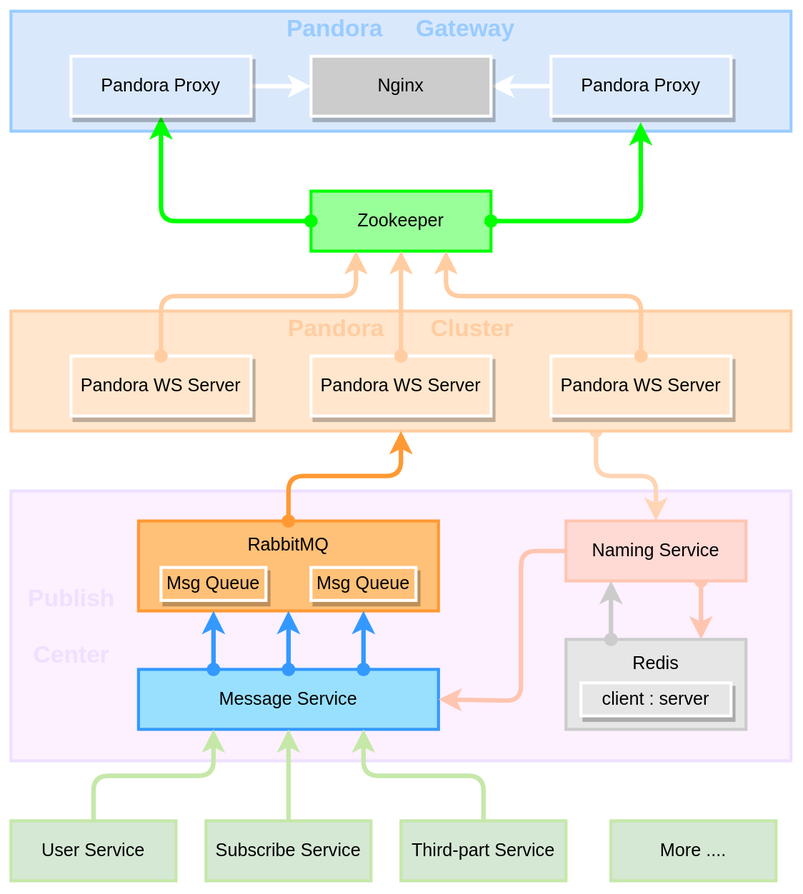
Above: docs/images/Pandora-Architecture.svg in Khighness/pandora (draw.io), before the change. Source tidied: cells renumbered, new cells last; positions are measured from the earlier drawing's top-left corner, leaving out a move shared by most shapes. Its diagram source:
```xml
<mxGraphModel>
  <root>
    <mxCell id="0" />
    <mxCell id="1" parent="0" />
    <mxCell id="2" style="rounded=0;whiteSpace=wrap;html=1;strokeColor=#EEE0FF;strokeWidth=2;fillColor=#FDF0FF;" parent="1" vertex="1">
      <mxGeometry y="320" width="520" height="180" as="geometry" />
    </mxCell>
    <mxCell id="3" value="&lt;b&gt;&lt;font color=&quot;#99ccff&quot;&gt;&lt;font style=&quot;font-size: 16px;&quot;&gt;Pandora&amp;nbsp; &amp;nbsp; &amp;nbsp;Gateway&lt;br&gt;&lt;/font&gt;&lt;br&gt;&lt;br&gt;&lt;br&gt;&lt;/font&gt;&lt;br&gt;&lt;/b&gt;" style="rounded=0;whiteSpace=wrap;html=1;fillColor=#dae8fc;strokeColor=#99CCFF;strokeWidth=2;" parent="1" vertex="1">
      <mxGeometry width="520" height="80" as="geometry" />
    </mxCell>
    <mxCell id="4" value="Redis&lt;br&gt;&lt;br&gt;&lt;br&gt;" style="rounded=0;whiteSpace=wrap;html=1;strokeColor=#CCCCCC;fillColor=#E6E6E6;strokeWidth=2;" parent="1" vertex="1">
      <mxGeometry x="370" y="419" width="120" height="60" as="geometry" />
    </mxCell>
    <mxCell id="5" value="Message Service" style="rounded=0;whiteSpace=wrap;html=1;strokeColor=#3399FF;fillColor=#99E0FF;strokeWidth=2;" parent="1" vertex="1">
      <mxGeometry x="85" y="439" width="200" height="40" as="geometry" />
    </mxCell>
    <mxCell id="6" value="User Service" style="rounded=0;whiteSpace=wrap;html=1;strokeColor=#C5E8A9;strokeWidth=2;fillColor=#D5E8D4;" parent="1" vertex="1">
      <mxGeometry y="540" width="110" height="40" as="geometry" />
    </mxCell>
    <mxCell id="7" style="edgeStyle=orthogonalEdgeStyle;rounded=0;jettySize=auto;html=1;endArrow=classic;endFill=1;strokeColor=#C5E8A9;strokeWidth=3;" parent="1" edge="1" source="8" target="5">
      <mxGeometry relative="1" as="geometry" />
    </mxCell>
    <mxCell id="8" value="Subscribe Service" style="rounded=0;whiteSpace=wrap;html=1;strokeColor=#C5E8A9;strokeWidth=2;fillColor=#D5E8D4;" parent="1" vertex="1">
      <mxGeometry x="130" y="540" width="110" height="40" as="geometry" />
    </mxCell>
    <mxCell id="9" value="Third-part Service" style="rounded=0;whiteSpace=wrap;html=1;strokeWidth=2;strokeColor=#C5E8A9;fillColor=#D5E8D4;" parent="1" vertex="1">
      <mxGeometry x="260" y="540" width="110" height="40" as="geometry" />
    </mxCell>
    <mxCell id="10" style="endArrow=classic;html=1;rounded=1;exitX=0.5;exitY=0;exitDx=0;exitDy=0;entryX=0.25;entryY=1;entryDx=0;entryDy=0;endFill=1;strokeColor=#C5E8A9;strokeWidth=3;" parent="1" edge="1" source="6" target="5">
      <mxGeometry relative="1" as="geometry">
        <Array as="points">
          <mxPoint x="55" y="510" />
          <mxPoint x="135" y="510" />
        </Array>
      </mxGeometry>
    </mxCell>
    <mxCell id="11" style="endArrow=classic;html=1;rounded=1;exitX=0.5;exitY=0;exitDx=0;exitDy=0;entryX=0.75;entryY=1;entryDx=0;entryDy=0;strokeColor=#C5E8A9;strokeWidth=3;" parent="1" edge="1" source="9" target="5">
      <mxGeometry relative="1" as="geometry">
        <Array as="points">
          <mxPoint x="315" y="510" />
          <mxPoint x="235" y="510" />
        </Array>
      </mxGeometry>
    </mxCell>
    <mxCell id="12" value="RabbitMQ&lt;br&gt;&lt;br&gt;&lt;br&gt;" style="rounded=0;whiteSpace=wrap;html=1;fillColor=#FFC078;strokeColor=#FF9933;strokeWidth=2;" parent="1" vertex="1">
      <mxGeometry x="85" y="340" width="200" height="60" as="geometry" />
    </mxCell>
    <mxCell id="13" value="client :&amp;nbsp;server" style="rounded=0;whiteSpace=wrap;html=1;strokeColor=#FFFFFF;shadow=1;fillColor=#E6E6E6;strokeWidth=2;" parent="1" vertex="1">
      <mxGeometry x="380" y="448" width="100" height="22" as="geometry" />
    </mxCell>
    <mxCell id="14" style="endArrow=classic;html=1;rounded=1;exitX=0.75;exitY=1;exitDx=0;exitDy=0;entryX=0.75;entryY=0;entryDx=0;entryDy=0;strokeColor=#FFC5B0;strokeWidth=3;startArrow=oval;startFill=1;" parent="1" edge="1" source="29" target="4">
      <mxGeometry relative="1" as="geometry" />
    </mxCell>
    <mxCell id="15" style="endArrow=classic;html=1;rounded=1;exitX=0.25;exitY=0;exitDx=0;exitDy=0;strokeColor=#CCCCCC;strokeWidth=3;entryX=0.25;entryY=1;entryDx=0;entryDy=0;startArrow=oval;startFill=1;" parent="1" edge="1" source="4" target="29">
      <mxGeometry relative="1" as="geometry" />
    </mxCell>
    <mxCell id="16" style="endArrow=classic;html=1;rounded=1;exitX=0.75;exitY=1;exitDx=0;exitDy=0;entryX=0.5;entryY=0;entryDx=0;entryDy=0;strokeColor=#FFD5B5;strokeWidth=3;startArrow=oval;startFill=1;" parent="1" edge="1" source="17" target="29">
      <mxGeometry relative="1" as="geometry">
        <Array as="points">
          <mxPoint x="390" y="310" />
          <mxPoint x="430" y="310" />
        </Array>
      </mxGeometry>
    </mxCell>
    <mxCell id="17" value="&lt;b style=&quot;font-size: 16px;&quot;&gt;&lt;font color=&quot;#ffcda1&quot;&gt;Pandora&amp;nbsp; &amp;nbsp; &amp;nbsp; &amp;nbsp;Cluster&lt;br&gt;&lt;/font&gt;&lt;br&gt;&lt;br&gt;&lt;br&gt;&lt;/b&gt;" style="rounded=0;whiteSpace=wrap;html=1;fillColor=#ffe6cc;strokeColor=#FFCDA1;strokeWidth=2;" parent="1" vertex="1">
      <mxGeometry y="200" width="520" height="80" as="geometry" />
    </mxCell>
    <mxCell id="18" value="Pandora WS Server" style="rounded=0;whiteSpace=wrap;html=1;strokeColor=#FFFFFF;shadow=1;fillColor=#FFE6CC;strokeWidth=2;" parent="1" vertex="1">
      <mxGeometry x="40" y="230" width="120" height="40" as="geometry" />
    </mxCell>
    <mxCell id="19" style="endArrow=classic;html=1;rounded=1;exitX=0;exitY=0.5;exitDx=0;exitDy=0;entryX=1;entryY=0.5;entryDx=0;entryDy=0;strokeColor=#FFC5B0;strokeWidth=3;" parent="1" edge="1" target="5">
      <mxGeometry relative="1" as="geometry">
        <mxPoint x="400" y="360" as="sourcePoint" />
        <Array as="points">
          <mxPoint x="340" y="360" />
          <mxPoint x="340" y="460" />
        </Array>
      </mxGeometry>
    </mxCell>
    <mxCell id="20" style="endArrow=classic;html=1;rounded=1;strokeColor=#3399FF;strokeWidth=3;entryX=0.25;entryY=1;entryDx=0;entryDy=0;exitX=0.25;exitY=0;exitDx=0;exitDy=0;startArrow=oval;startFill=1;" parent="1" edge="1" source="5" target="12">
      <mxGeometry relative="1" as="geometry" />
    </mxCell>
    <mxCell id="21" style="endArrow=classic;html=1;rounded=1;strokeColor=#3399FF;strokeWidth=3;startArrow=oval;startFill=1;" parent="1" edge="1" source="5" target="12">
      <mxGeometry relative="1" as="geometry" />
    </mxCell>
    <mxCell id="22" style="endArrow=classic;html=1;rounded=1;strokeColor=#3399FF;strokeWidth=3;entryX=0.75;entryY=1;entryDx=0;entryDy=0;exitX=0.75;exitY=0;exitDx=0;exitDy=0;startArrow=oval;startFill=1;" parent="1" edge="1" source="5" target="12">
      <mxGeometry relative="1" as="geometry" />
    </mxCell>
    <mxCell id="23" value="Zookeeper" style="rounded=0;whiteSpace=wrap;html=1;fillColor=#99FF99;strokeColor=#00FF00;strokeWidth=2;" parent="1" vertex="1">
      <mxGeometry x="200" y="120" width="120" height="40" as="geometry" />
    </mxCell>
    <mxCell id="24" style="endArrow=classic;html=1;rounded=1;entryX=0.25;entryY=1;entryDx=0;entryDy=0;exitX=0.5;exitY=0;exitDx=0;exitDy=0;strokeColor=#FFCDA1;strokeWidth=3;startArrow=oval;startFill=1;" parent="1" edge="1" source="18" target="23">
      <mxGeometry relative="1" as="geometry">
        <Array as="points">
          <mxPoint x="100" y="190" />
          <mxPoint x="230" y="190" />
        </Array>
      </mxGeometry>
    </mxCell>
    <mxCell id="25" style="endArrow=classic;html=1;rounded=1;strokeColor=#00FF00;strokeWidth=3;entryX=0.498;entryY=1.1;entryDx=0;entryDy=0;exitX=1;exitY=0.5;exitDx=0;exitDy=0;entryPerimeter=0;startArrow=oval;startFill=1;" parent="1" edge="1" source="23" target="33">
      <mxGeometry relative="1" as="geometry">
        <Array as="points">
          <mxPoint x="420" y="140" />
        </Array>
      </mxGeometry>
    </mxCell>
    <mxCell id="26" style="endArrow=classic;html=1;rounded=1;strokeColor=#00FF00;strokeWidth=3;entryX=0.5;entryY=1;entryDx=0;entryDy=0;exitX=0;exitY=0.5;exitDx=0;exitDy=0;startArrow=oval;startFill=1;" parent="1" edge="1" source="23" target="28">
      <mxGeometry relative="1" as="geometry">
        <Array as="points">
          <mxPoint x="100" y="140" />
        </Array>
      </mxGeometry>
    </mxCell>
    <mxCell id="27" style="edgeStyle=orthogonalEdgeStyle;rounded=1;jettySize=auto;html=1;strokeColor=#FFFFFF;strokeWidth=3;" parent="1" edge="1" source="28" target="34">
      <mxGeometry relative="1" as="geometry" />
    </mxCell>
    <mxCell id="28" value="Pandora Proxy" style="rounded=0;whiteSpace=wrap;html=1;strokeColor=#FFFFFF;strokeWidth=2;fillColor=#DAE8FC;shadow=1;" parent="1" vertex="1">
      <mxGeometry x="40" y="30" width="120" height="40" as="geometry" />
    </mxCell>
    <mxCell id="29" value="Naming Service" style="rounded=0;whiteSpace=wrap;html=1;strokeColor=#FFC5B0;strokeWidth=2;fillColor=#FFD9D4;" parent="1" vertex="1">
      <mxGeometry x="370" y="340" width="120" height="40" as="geometry" />
    </mxCell>
    <mxCell id="30" value="Pandora WS Server" style="rounded=0;whiteSpace=wrap;html=1;strokeColor=#FFFFFF;shadow=1;fillColor=#FFE6CC;strokeWidth=2;" parent="1" vertex="1">
      <mxGeometry x="200" y="230" width="120" height="40" as="geometry" />
    </mxCell>
    <mxCell id="31" value="Pandora WS Server" style="rounded=0;whiteSpace=wrap;html=1;strokeColor=#FFFFFF;shadow=1;fillColor=#FFE6CC;strokeWidth=2;" parent="1" vertex="1">
      <mxGeometry x="360" y="230" width="120" height="40" as="geometry" />
    </mxCell>
    <mxCell id="32" style="edgeStyle=orthogonalEdgeStyle;rounded=1;jettySize=auto;html=1;strokeColor=#FFFFFF;strokeWidth=3;" parent="1" edge="1" source="33" target="34">
      <mxGeometry relative="1" as="geometry" />
    </mxCell>
    <mxCell id="33" value="Pandora Proxy" style="rounded=0;whiteSpace=wrap;html=1;strokeColor=#FFFFFF;strokeWidth=2;fillColor=#DAE8FC;shadow=1;" parent="1" vertex="1">
      <mxGeometry x="360" y="30" width="120" height="40" as="geometry" />
    </mxCell>
    <mxCell id="34" value="Nginx" style="rounded=0;whiteSpace=wrap;html=1;shadow=1;fillColor=#CCCCCC;strokeColor=#FFFFFF;strokeWidth=2;" parent="1" vertex="1">
      <mxGeometry x="200" y="30" width="120" height="40" as="geometry" />
    </mxCell>
    <mxCell id="35" value="More ...." style="rounded=0;whiteSpace=wrap;html=1;strokeWidth=2;strokeColor=#C5E8A9;fillColor=#D5E8D4;" parent="1" vertex="1">
      <mxGeometry x="400" y="540" width="110" height="40" as="geometry" />
    </mxCell>
    <mxCell id="36" value="Msg Queue" style="rounded=0;whiteSpace=wrap;html=1;strokeColor=#FFFFFF;shadow=1;fillColor=#FFC078;strokeWidth=2;" parent="1" vertex="1">
      <mxGeometry x="100" y="371" width="70" height="22" as="geometry" />
    </mxCell>
    <mxCell id="37" value="Msg Queue" style="rounded=0;whiteSpace=wrap;html=1;strokeColor=#FFFFFF;shadow=1;fillColor=#FFC078;strokeWidth=2;" parent="1" vertex="1">
      <mxGeometry x="200" y="371" width="70" height="22" as="geometry" />
    </mxCell>
    <mxCell id="38" style="endArrow=classic;html=1;rounded=1;entryX=0.75;entryY=1;entryDx=0;entryDy=0;exitX=0.5;exitY=0;exitDx=0;exitDy=0;strokeColor=#FFCDA1;strokeWidth=3;startArrow=oval;startFill=1;" parent="1" edge="1" source="31" target="23">
      <mxGeometry relative="1" as="geometry">
        <Array as="points">
          <mxPoint x="420" y="190" />
          <mxPoint x="290" y="190" />
        </Array>
      </mxGeometry>
    </mxCell>
    <mxCell id="39" style="edgeStyle=orthogonalEdgeStyle;rounded=1;jettySize=auto;html=1;strokeColor=#FFCDA1;strokeWidth=3;startArrow=oval;startFill=1;" parent="1" edge="1" source="30" target="23">
      <mxGeometry relative="1" as="geometry" />
    </mxCell>
    <mxCell id="40" style="endArrow=classic;html=1;rounded=1;strokeColor=#FF9933;strokeWidth=3;exitX=0.5;exitY=0;exitDx=0;exitDy=0;entryX=0.5;entryY=1;entryDx=0;entryDy=0;startArrow=oval;startFill=1;" parent="1" edge="1" source="12" target="17">
      <mxGeometry relative="1" as="geometry">
        <Array as="points">
          <mxPoint x="185" y="310" />
          <mxPoint x="260" y="310" />
        </Array>
      </mxGeometry>
    </mxCell>
    <mxCell id="41" value="&lt;font color=&quot;#eee0ff&quot; style=&quot;font-size: 16px;&quot;&gt;&lt;b&gt;Publish &lt;br&gt;&lt;br&gt;Center&lt;/b&gt;&lt;/font&gt;" style="text;html=1;align=center;verticalAlign=middle;strokeColor=none;fillColor=none;fontSize=12;" parent="1" vertex="1">
      <mxGeometry y="375" width="80" height="70" as="geometry" />
    </mxCell>
  </root>
</mxGraphModel>
```
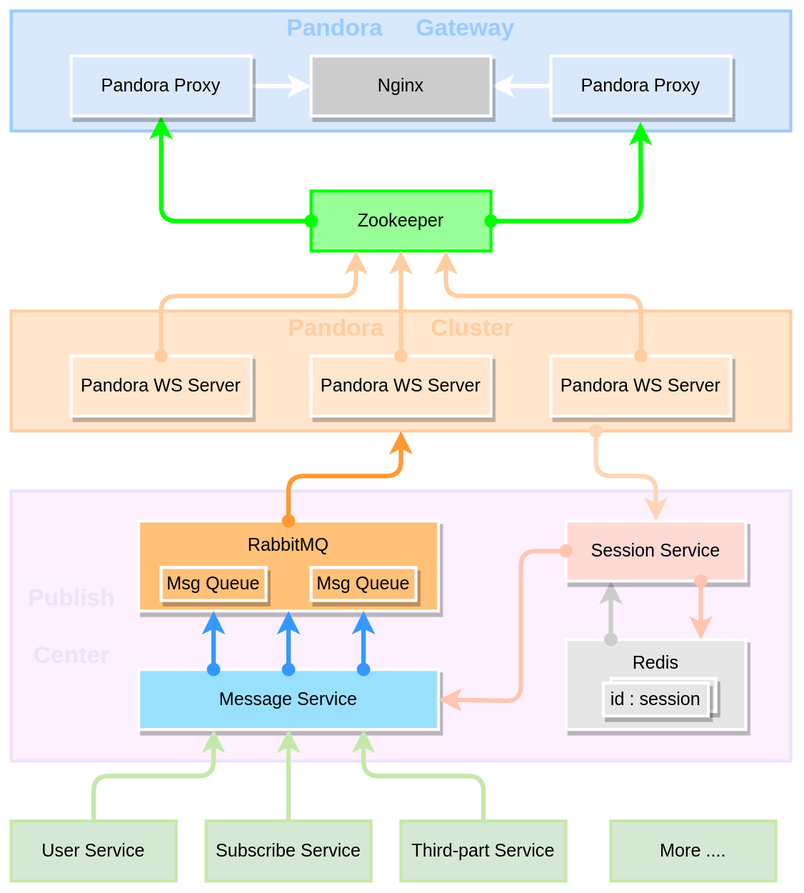
Later version of the same file.

Commit message:
Pandora: update modules.

Diff of the diagram source:
```diff
@@ -8,10 +8,10 @@
     <mxCell id="3" value="&lt;b&gt;&lt;font color=&quot;#99ccff&quot;&gt;&lt;font style=&quot;font-size: 16px;&quot;&gt;Pandora&amp;nbsp; &amp;nbsp; &amp;nbsp;Gateway&lt;br&gt;&lt;/font&gt;&lt;br&gt;&lt;br&gt;&lt;br&gt;&lt;/font&gt;&lt;br&gt;&lt;/b&gt;" style="rounded=0;whiteSpace=wrap;html=1;fillColor=#dae8fc;strokeColor=#99CCFF;strokeWidth=2;" parent="1" vertex="1">
       <mxGeometry width="520" height="80" as="geometry" />
     </mxCell>
-    <mxCell id="4" value="Redis&lt;br&gt;&lt;br&gt;&lt;br&gt;" style="rounded=0;whiteSpace=wrap;html=1;strokeColor=#CCCCCC;fillColor=#E6E6E6;strokeWidth=2;" parent="1" vertex="1">
+    <mxCell id="4" value="Redis&lt;br&gt;&lt;br&gt;&lt;br&gt;" style="rounded=0;whiteSpace=wrap;html=1;strokeColor=#FFFFFF;fillColor=#E6E6E6;strokeWidth=2;shadow=1;" parent="1" vertex="1">
       <mxGeometry x="370" y="419" width="120" height="60" as="geometry" />
     </mxCell>
-    <mxCell id="5" value="Message Service" style="rounded=0;whiteSpace=wrap;html=1;strokeColor=#3399FF;fillColor=#99E0FF;strokeWidth=2;" parent="1" vertex="1">
+    <mxCell id="5" value="Message Service" style="rounded=0;whiteSpace=wrap;html=1;strokeColor=#FFFFFF;fillColor=#99E0FF;strokeWidth=2;shadow=1;" parent="1" vertex="1">
       <mxGeometry x="85" y="439" width="200" height="40" as="geometry" />
     </mxCell>
     <mxCell id="6" value="User Service" style="rounded=0;whiteSpace=wrap;html=1;strokeColor=#C5E8A9;strokeWidth=2;fillColor=#D5E8D4;" parent="1" vertex="1">
@@ -42,41 +42,21 @@
         </Array>
       </mxGeometry>
     </mxCell>
-    <mxCell id="12" value="RabbitMQ&lt;br&gt;&lt;br&gt;&lt;br&gt;" style="rounded=0;whiteSpace=wrap;html=1;fillColor=#FFC078;strokeColor=#FF9933;strokeWidth=2;" parent="1" vertex="1">
+    <mxCell id="12" value="RabbitMQ&lt;br&gt;&lt;br&gt;&lt;br&gt;" style="rounded=0;whiteSpace=wrap;html=1;fillColor=#FFC078;strokeColor=#FFFFFF;strokeWidth=2;shadow=1;" parent="1" vertex="1">
       <mxGeometry x="85" y="340" width="200" height="60" as="geometry" />
     </mxCell>
-    <mxCell id="13" value="client :&amp;nbsp;server" style="rounded=0;whiteSpace=wrap;html=1;strokeColor=#FFFFFF;shadow=1;fillColor=#E6E6E6;strokeWidth=2;" parent="1" vertex="1">
-      <mxGeometry x="380" y="448" width="100" height="22" as="geometry" />
+    <mxCell id="13" value="id : session" style="rounded=0;whiteSpace=wrap;html=1;strokeColor=#FFFFFF;shadow=1;fillColor=#E6E6E6;strokeWidth=2;" parent="1" vertex="1">
+      <mxGeometry x="400" y="445" width="70" height="22" as="geometry" />
     </mxCell>
-    <mxCell id="14" style="endArrow=classic;html=1;rounded=1;exitX=0.75;exitY=1;exitDx=0;exitDy=0;entryX=0.75;entryY=0;entryDx=0;entryDy=0;strokeColor=#FFC5B0;strokeWidth=3;startArrow=oval;startFill=1;" parent="1" edge="1" source="29" target="4">
-      <mxGeometry relative="1" as="geometry" />
-    </mxCell>
     <mxCell id="15" style="endArrow=classic;html=1;rounded=1;exitX=0.25;exitY=0;exitDx=0;exitDy=0;strokeColor=#CCCCCC;strokeWidth=3;entryX=0.25;entryY=1;entryDx=0;entryDy=0;startArrow=oval;startFill=1;" parent="1" edge="1" source="4" target="29">
       <mxGeometry relative="1" as="geometry" />
     </mxCell>
-    <mxCell id="16" style="endArrow=classic;html=1;rounded=1;exitX=0.75;exitY=1;exitDx=0;exitDy=0;entryX=0.5;entryY=0;entryDx=0;entryDy=0;strokeColor=#FFD5B5;strokeWidth=3;startArrow=oval;startFill=1;" parent="1" edge="1" source="17" target="29">
-      <mxGeometry relative="1" as="geometry">
-        <Array as="points">
-          <mxPoint x="390" y="310" />
-          <mxPoint x="430" y="310" />
-        </Array>
-      </mxGeometry>
-    </mxCell>
     <mxCell id="17" value="&lt;b style=&quot;font-size: 16px;&quot;&gt;&lt;font color=&quot;#ffcda1&quot;&gt;Pandora&amp;nbsp; &amp;nbsp; &amp;nbsp; &amp;nbsp;Cluster&lt;br&gt;&lt;/font&gt;&lt;br&gt;&lt;br&gt;&lt;br&gt;&lt;/b&gt;" style="rounded=0;whiteSpace=wrap;html=1;fillColor=#ffe6cc;strokeColor=#FFCDA1;strokeWidth=2;" parent="1" vertex="1">
       <mxGeometry y="200" width="520" height="80" as="geometry" />
     </mxCell>
     <mxCell id="18" value="Pandora WS Server" style="rounded=0;whiteSpace=wrap;html=1;strokeColor=#FFFFFF;shadow=1;fillColor=#FFE6CC;strokeWidth=2;" parent="1" vertex="1">
       <mxGeometry x="40" y="230" width="120" height="40" as="geometry" />
     </mxCell>
-    <mxCell id="19" style="endArrow=classic;html=1;rounded=1;exitX=0;exitY=0.5;exitDx=0;exitDy=0;entryX=1;entryY=0.5;entryDx=0;entryDy=0;strokeColor=#FFC5B0;strokeWidth=3;" parent="1" edge="1" target="5">
-      <mxGeometry relative="1" as="geometry">
-        <mxPoint x="400" y="360" as="sourcePoint" />
-        <Array as="points">
-          <mxPoint x="340" y="360" />
-          <mxPoint x="340" y="460" />
-        </Array>
-      </mxGeometry>
-    </mxCell>
     <mxCell id="20" style="endArrow=classic;html=1;rounded=1;strokeColor=#3399FF;strokeWidth=3;entryX=0.25;entryY=1;entryDx=0;entryDy=0;exitX=0.25;exitY=0;exitDx=0;exitDy=0;startArrow=oval;startFill=1;" parent="1" edge="1" source="5" target="12">
       <mxGeometry relative="1" as="geometry" />
     </mxCell>
@@ -117,7 +97,7 @@
     <mxCell id="28" value="Pandora Proxy" style="rounded=0;whiteSpace=wrap;html=1;strokeColor=#FFFFFF;strokeWidth=2;fillColor=#DAE8FC;shadow=1;" parent="1" vertex="1">
       <mxGeometry x="40" y="30" width="120" height="40" as="geometry" />
     </mxCell>
-    <mxCell id="29" value="Naming Service" style="rounded=0;whiteSpace=wrap;html=1;strokeColor=#FFC5B0;strokeWidth=2;fillColor=#FFD9D4;" parent="1" vertex="1">
+    <mxCell id="29" value="Session Service" style="rounded=0;whiteSpace=wrap;html=1;strokeColor=#FFFFFF;strokeWidth=2;fillColor=#FFD9D4;shadow=1;" parent="1" vertex="1">
       <mxGeometry x="370" y="340" width="120" height="40" as="geometry" />
     </mxCell>
     <mxCell id="30" value="Pandora WS Server" style="rounded=0;whiteSpace=wrap;html=1;strokeColor=#FFFFFF;shadow=1;fillColor=#FFE6CC;strokeWidth=2;" parent="1" vertex="1">
@@ -166,5 +146,27 @@
     <mxCell id="41" value="&lt;font color=&quot;#eee0ff&quot; style=&quot;font-size: 16px;&quot;&gt;&lt;b&gt;Publish &lt;br&gt;&lt;br&gt;Center&lt;/b&gt;&lt;/font&gt;" style="text;html=1;align=center;verticalAlign=middle;strokeColor=none;fillColor=none;fontSize=12;" parent="1" vertex="1">
       <mxGeometry y="375" width="80" height="70" as="geometry" />
     </mxCell>
+    <mxCell id="16" style="endArrow=classic;html=1;rounded=1;exitX=0.75;exitY=1;exitDx=0;exitDy=0;entryX=0.5;entryY=0;entryDx=0;entryDy=0;strokeColor=#FFD5B5;strokeWidth=3;startArrow=oval;startFill=1;" parent="1" edge="1" source="17" target="29">
+      <mxGeometry relative="1" as="geometry">
+        <Array as="points">
+          <mxPoint x="390" y="310" />
+          <mxPoint x="430" y="310" />
+        </Array>
+      </mxGeometry>
+    </mxCell>
+    <mxCell id="14" style="endArrow=classic;html=1;rounded=1;exitX=0.75;exitY=1;exitDx=0;exitDy=0;entryX=0.75;entryY=0;entryDx=0;entryDy=0;strokeColor=#FFC5B0;strokeWidth=3;startArrow=oval;startFill=1;" parent="1" edge="1" source="29" target="4">
+      <mxGeometry relative="1" as="geometry" />
+    </mxCell>
+    <mxCell id="19" style="endArrow=classic;html=1;rounded=1;entryX=1;entryY=0.5;entryDx=0;entryDy=0;strokeColor=#FFC5B0;strokeWidth=3;exitX=0;exitY=0.5;exitDx=0;exitDy=0;startArrow=oval;startFill=1;" parent="1" edge="1" source="29" target="5">
+      <mxGeometry relative="1" as="geometry">
+        <Array as="points">
+          <mxPoint x="340" y="360" />
+          <mxPoint x="340" y="460" />
+        </Array>
+      </mxGeometry>
+    </mxCell>
+    <mxCell id="42" value="id : session" style="rounded=0;whiteSpace=wrap;html=1;strokeColor=#FFFFFF;shadow=1;fillColor=#E6E6E6;strokeWidth=2;" parent="1" vertex="1">
+      <mxGeometry x="395" y="448" width="70" height="22" as="geometry" />
+    </mxCell>
   </root>
 </mxGraphModel>
```
